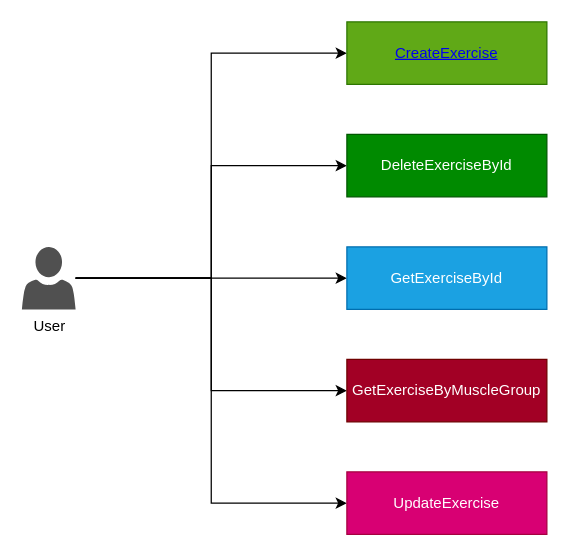
Before: page "TrainingService/Exercises" (12 of 15) of Architecture.drawio in AlanEdward19/ShapeUp, a draw.io diagram. Source tidied: cells renumbered, new cells numbered last; positions are measured from the earlier drawing's top-left corner, leaving out a move shared by most shapes. Both pictures are drawn from the tidied source at 125%, with x=0, y=0 at pixel (21, 21).
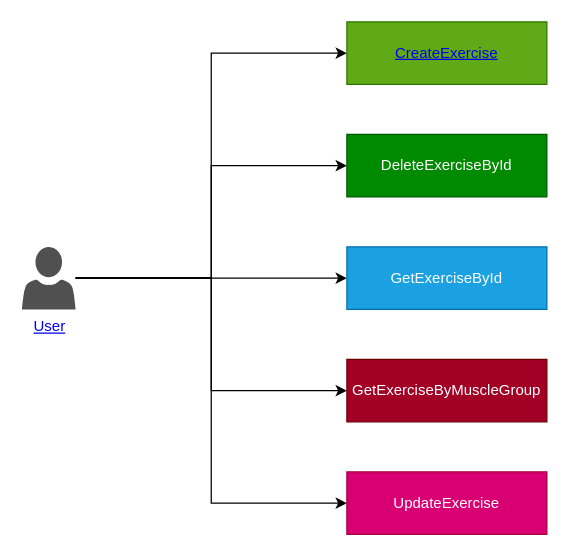
The same page after the edit.

Diff of the diagram source:
```diff
@@
 <mxGraphModel>
   <root>
     <mxCell id="0" />
     <mxCell id="1" parent="0" />
     <mxCell id="2" style="edgeStyle=orthogonalEdgeStyle;rounded=0;jettySize=auto;html=1;entryX=0;entryY=0.5;entryDx=0;entryDy=0;" parent="1" edge="1" source="7" target="9">
       <mxGeometry relative="1" as="geometry" />
     </mxCell>
     <mxCell id="3" style="edgeStyle=orthogonalEdgeStyle;rounded=0;jettySize=auto;html=1;entryX=0;entryY=0.5;entryDx=0;entryDy=0;" parent="1" edge="1" source="7" target="10">
       <mxGeometry relative="1" as="geometry" />
     </mxCell>
     <mxCell id="4" style="edgeStyle=orthogonalEdgeStyle;rounded=0;jettySize=auto;html=1;entryX=0;entryY=0.5;entryDx=0;entryDy=0;" parent="1" edge="1" source="7" target="11">
       <mxGeometry relative="1" as="geometry" />
     </mxCell>
     <mxCell id="5" style="edgeStyle=orthogonalEdgeStyle;rounded=0;jettySize=auto;html=1;entryX=0;entryY=0.5;entryDx=0;entryDy=0;" parent="1" edge="1" source="7" target="12">
       <mxGeometry relative="1" as="geometry" />
     </mxCell>
     <mxCell id="6" style="edgeStyle=orthogonalEdgeStyle;rounded=0;jettySize=auto;html=1;entryX=0;entryY=0.5;entryDx=0;entryDy=0;" parent="1" edge="1" source="7" target="8">
       <mxGeometry relative="1" as="geometry" />
     </mxCell>
-    <mxCell id="7" value="User" style="sketch=0;shadow=0;dashed=0;html=1;strokeColor=none;labelPosition=center;verticalLabelPosition=bottom;verticalAlign=top;align=center;fillColor=#505050;shape=mxgraph.mscae.intune.account_portal;" parent="1" vertex="1">
+    <mxCell id="7" value="&lt;a href=&quot;data:page/id,LFTsON64EvUL7DkV5BSQ&quot;&gt;User&lt;/a&gt;" style="sketch=0;shadow=0;dashed=0;html=1;strokeColor=none;labelPosition=center;verticalLabelPosition=bottom;verticalAlign=top;align=center;fillColor=#505050;shape=mxgraph.mscae.intune.account_portal;" parent="1" vertex="1">
       <mxGeometry y="180" width="43" height="50" as="geometry" />
     </mxCell>
     <mxCell id="8" value="UpdateExercise" style="whiteSpace=wrap;html=1;fillColor=#d80073;strokeColor=#A50040;fontColor=#ffffff;" parent="1" vertex="1">
       <mxGeometry x="260" y="360" width="160" height="50" as="geometry" />
     </mxCell>
     <mxCell id="9" value="&lt;a href=&quot;data:page/id,3XqI-wrJIZMI0g_uduhT&quot;&gt;CreateExercise&lt;/a&gt;" style="whiteSpace=wrap;html=1;fillColor=#60a917;strokeColor=#2D7600;fontColor=#ffffff;" parent="1" vertex="1">
       <mxGeometry x="260" width="160" height="50" as="geometry" />
     </mxCell>
     <mxCell id="10" value="DeleteExerciseById" style="whiteSpace=wrap;html=1;fillColor=#008a00;strokeColor=#005700;fontColor=#ffffff;" parent="1" vertex="1">
       <mxGeometry x="260" y="90" width="160" height="50" as="geometry" />
     </mxCell>
     <mxCell id="11" value="GetExerciseById" style="whiteSpace=wrap;html=1;fillColor=#1ba1e2;strokeColor=#006EAF;fontColor=#ffffff;" parent="1" vertex="1">
       <mxGeometry x="260" y="180" width="160" height="50" as="geometry" />
     </mxCell>
     <mxCell id="12" value="GetExerciseByMuscleGroup" style="whiteSpace=wrap;html=1;fillColor=#a20025;strokeColor=#6F0000;fontColor=#ffffff;" parent="1" vertex="1">
       <mxGeometry x="260" y="270" width="160" height="50" as="geometry" />
     </mxCell>
   </root>
 </mxGraphModel>
```
